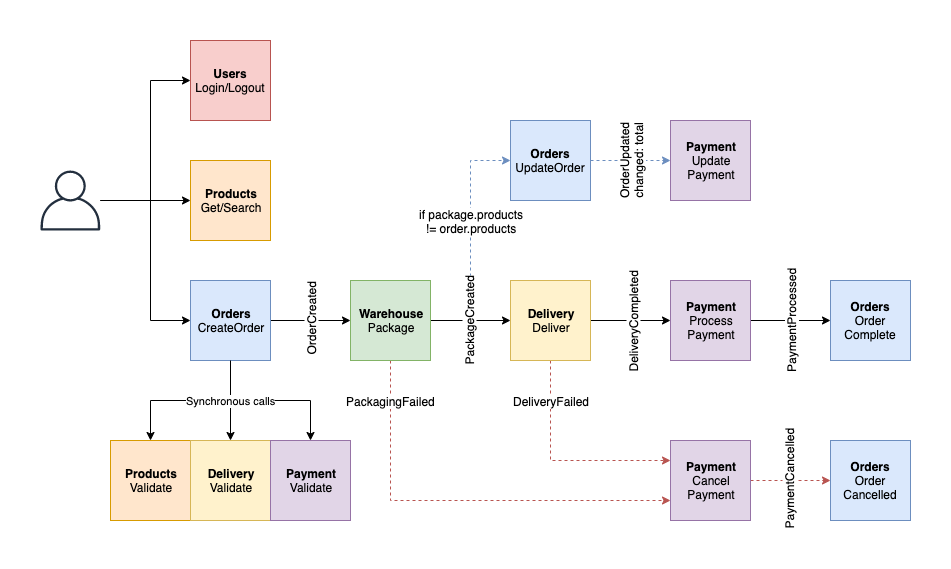
Above: docs/images/flow.png in aws-samples/aws-serverless-ecommerce-platform (draw.io), before the change. Source tidied: cells renumbered, new cells last; positions are measured from the earlier drawing's top-left corner, leaving out a move shared by most shapes. The source it was exported from:
```xml
<mxGraphModel>
  <root>
    <mxCell id="0" />
    <mxCell id="1" parent="0" />
    <mxCell id="2" style="edgeStyle=orthogonalEdgeStyle;rounded=0;jettySize=auto;html=1;entryX=0;entryY=0.5;entryDx=0;entryDy=0;startArrow=none;startFill=0;strokeWidth=1;fillColor=#dae8fc;strokeColor=#6c8ebf;dashed=1;" parent="1" edge="1" source="20" target="38">
      <mxGeometry relative="1" as="geometry" />
    </mxCell>
    <mxCell id="3" value="if package.products&lt;br&gt;!= order.products" style="text;html=1;align=center;verticalAlign=middle;labelBackgroundColor=#ffffff;" parent="2" vertex="1">
      <mxGeometry x="0.19" y="1" relative="1" as="geometry">
        <mxPoint x="1" y="3" as="offset" />
      </mxGeometry>
    </mxCell>
    <mxCell id="4" style="edgeStyle=orthogonalEdgeStyle;rounded=0;jettySize=auto;html=1;startArrow=none;startFill=0;strokeWidth=1;" parent="1" edge="1" source="8" target="20">
      <mxGeometry relative="1" as="geometry" />
    </mxCell>
    <mxCell id="5" value="OrderCreated" style="text;html=1;align=center;verticalAlign=middle;labelBackgroundColor=#ffffff;rotation=-90;" parent="4" vertex="1">
      <mxGeometry y="2" relative="1" as="geometry" />
    </mxCell>
    <mxCell id="6" style="edgeStyle=orthogonalEdgeStyle;rounded=0;jettySize=auto;html=1;startArrow=none;startFill=0;strokeWidth=1;" parent="1" edge="1" source="8" target="13">
      <mxGeometry relative="1" as="geometry" />
    </mxCell>
    <mxCell id="7" style="edgeStyle=orthogonalEdgeStyle;rounded=0;jettySize=auto;html=1;startArrow=none;startFill=0;strokeWidth=1;" parent="1" edge="1" source="8" target="15">
      <mxGeometry relative="1" as="geometry" />
    </mxCell>
    <mxCell id="8" value="&lt;b&gt;Orders&lt;/b&gt;&lt;br&gt;CreateOrder" style="whiteSpace=wrap;html=1;fillColor=#dae8fc;strokeColor=#6c8ebf;" parent="1" vertex="1">
      <mxGeometry x="150" y="240" width="80" height="80" as="geometry" />
    </mxCell>
    <mxCell id="9" style="edgeStyle=orthogonalEdgeStyle;rounded=0;jettySize=auto;html=1;startArrow=none;startFill=0;" parent="1" edge="1" source="12" target="29">
      <mxGeometry relative="1" as="geometry">
        <Array as="points">
          <mxPoint x="90" y="160" />
          <mxPoint x="90" y="160" />
        </Array>
      </mxGeometry>
    </mxCell>
    <mxCell id="10" style="edgeStyle=orthogonalEdgeStyle;rounded=0;jettySize=auto;html=1;startArrow=none;startFill=0;" parent="1" edge="1" source="12" target="8">
      <mxGeometry relative="1" as="geometry">
        <Array as="points">
          <mxPoint x="110" y="160" />
          <mxPoint x="110" y="280" />
        </Array>
      </mxGeometry>
    </mxCell>
    <mxCell id="11" style="edgeStyle=orthogonalEdgeStyle;rounded=0;jettySize=auto;html=1;entryX=0;entryY=0.5;entryDx=0;entryDy=0;startArrow=none;startFill=0;" parent="1" edge="1" source="12" target="30">
      <mxGeometry relative="1" as="geometry">
        <Array as="points">
          <mxPoint x="110" y="160" />
          <mxPoint x="110" y="40" />
        </Array>
      </mxGeometry>
    </mxCell>
    <mxCell id="12" style="outlineConnect=0;fontColor=#232F3E;gradientColor=none;fillColor=#232F3E;strokeColor=none;dashed=0;verticalLabelPosition=bottom;verticalAlign=top;align=center;html=1;fontSize=12;fontStyle=0;shape=mxgraph.aws4.user;" parent="1" vertex="1">
      <mxGeometry y="130" width="60" height="60" as="geometry" />
    </mxCell>
    <mxCell id="13" value="&lt;b&gt;Products&lt;/b&gt;&lt;br&gt;Validate" style="whiteSpace=wrap;html=1;fillColor=#ffe6cc;strokeColor=#d79b00;" parent="1" vertex="1">
      <mxGeometry x="70" y="400" width="80" height="80" as="geometry" />
    </mxCell>
    <mxCell id="14" value="&lt;b&gt;Delivery&lt;/b&gt;&lt;br&gt;Validate" style="whiteSpace=wrap;html=1;fillColor=#fff2cc;strokeColor=#d6b656;" parent="1" vertex="1">
      <mxGeometry x="150" y="400" width="80" height="80" as="geometry" />
    </mxCell>
    <mxCell id="15" value="&lt;b&gt;Payment&lt;/b&gt;&lt;br&gt;Validate" style="whiteSpace=wrap;html=1;fillColor=#e1d5e7;strokeColor=#9673a6;" parent="1" vertex="1">
      <mxGeometry x="230" y="400" width="80" height="80" as="geometry" />
    </mxCell>
    <mxCell id="16" style="edgeStyle=orthogonalEdgeStyle;rounded=0;jettySize=auto;html=1;startArrow=none;startFill=0;strokeWidth=1;" parent="1" edge="1" source="20" target="25">
      <mxGeometry relative="1" as="geometry" />
    </mxCell>
    <mxCell id="17" value="PackageCreated" style="text;html=1;align=center;verticalAlign=middle;labelBackgroundColor=#ffffff;rotation=-90;" parent="16" vertex="1">
      <mxGeometry x="-0.05" y="1" relative="1" as="geometry">
        <mxPoint y="1" as="offset" />
      </mxGeometry>
    </mxCell>
    <mxCell id="18" style="edgeStyle=orthogonalEdgeStyle;rounded=0;jettySize=auto;html=1;startArrow=none;startFill=0;strokeWidth=1;fillColor=#f8cecc;strokeColor=#b85450;dashed=1;" parent="1" edge="1" source="20" target="34">
      <mxGeometry relative="1" as="geometry">
        <Array as="points">
          <mxPoint x="350" y="460" />
        </Array>
      </mxGeometry>
    </mxCell>
    <mxCell id="19" value="PackagingFailed" style="text;html=1;align=center;verticalAlign=middle;labelBackgroundColor=#ffffff;" parent="18" vertex="1">
      <mxGeometry x="-0.8" relative="1" as="geometry">
        <mxPoint y="-3" as="offset" />
      </mxGeometry>
    </mxCell>
    <mxCell id="20" value="&lt;b&gt;Warehouse&lt;/b&gt;&lt;br&gt;Package" style="whiteSpace=wrap;html=1;fillColor=#d5e8d4;strokeColor=#82b366;" parent="1" vertex="1">
      <mxGeometry x="310" y="240" width="80" height="80" as="geometry" />
    </mxCell>
    <mxCell id="21" style="edgeStyle=orthogonalEdgeStyle;rounded=0;jettySize=auto;html=1;startArrow=none;startFill=0;strokeWidth=1;" parent="1" edge="1" source="25" target="28">
      <mxGeometry relative="1" as="geometry" />
    </mxCell>
    <mxCell id="22" value="DeliveryCompleted" style="text;html=1;align=center;verticalAlign=middle;labelBackgroundColor=#ffffff;rotation=270;" parent="21" vertex="1">
      <mxGeometry x="0.05" y="-1" relative="1" as="geometry" />
    </mxCell>
    <mxCell id="23" style="edgeStyle=orthogonalEdgeStyle;rounded=0;jettySize=auto;html=1;startArrow=none;startFill=0;strokeWidth=1;fillColor=#f8cecc;strokeColor=#b85450;dashed=1;" parent="1" edge="1" source="25" target="34">
      <mxGeometry relative="1" as="geometry">
        <Array as="points">
          <mxPoint x="510" y="420" />
        </Array>
      </mxGeometry>
    </mxCell>
    <mxCell id="24" value="DeliveryFailed" style="text;html=1;align=center;verticalAlign=middle;labelBackgroundColor=#ffffff;" parent="23" vertex="1">
      <mxGeometry x="-0.35" relative="1" as="geometry">
        <mxPoint y="-32" as="offset" />
      </mxGeometry>
    </mxCell>
    <mxCell id="25" value="&lt;b&gt;Delivery&lt;/b&gt;&lt;br&gt;Deliver" style="whiteSpace=wrap;html=1;fillColor=#fff2cc;strokeColor=#d6b656;" parent="1" vertex="1">
      <mxGeometry x="470" y="240" width="80" height="80" as="geometry" />
    </mxCell>
    <mxCell id="26" style="edgeStyle=orthogonalEdgeStyle;rounded=0;jettySize=auto;html=1;startArrow=none;startFill=0;strokeWidth=1;" parent="1" edge="1" source="28" target="31">
      <mxGeometry relative="1" as="geometry" />
    </mxCell>
    <mxCell id="27" value="PaymentProcessed" style="text;html=1;align=center;verticalAlign=middle;labelBackgroundColor=#ffffff;rotation=270;" parent="26" vertex="1">
      <mxGeometry x="-0.1" y="-1" relative="1" as="geometry">
        <mxPoint x="4" y="-1" as="offset" />
      </mxGeometry>
    </mxCell>
    <mxCell id="28" value="&lt;b&gt;Payment&lt;/b&gt;&lt;br&gt;Process&lt;br&gt;Payment" style="whiteSpace=wrap;html=1;fillColor=#e1d5e7;strokeColor=#9673a6;" parent="1" vertex="1">
      <mxGeometry x="630" y="240" width="80" height="80" as="geometry" />
    </mxCell>
    <mxCell id="29" value="&lt;b&gt;Products&lt;/b&gt;&lt;br&gt;Get/Search" style="whiteSpace=wrap;html=1;fillColor=#ffe6cc;strokeColor=#d79b00;" parent="1" vertex="1">
      <mxGeometry x="150" y="120" width="80" height="80" as="geometry" />
    </mxCell>
    <mxCell id="30" value="&lt;b&gt;Users&lt;/b&gt;&lt;br&gt;Login/Logout" style="whiteSpace=wrap;html=1;fillColor=#f8cecc;strokeColor=#b85450;" parent="1" vertex="1">
      <mxGeometry x="150" width="80" height="80" as="geometry" />
    </mxCell>
    <mxCell id="31" value="&lt;b&gt;Orders&lt;/b&gt;&lt;br&gt;Order&lt;br&gt;Complete" style="whiteSpace=wrap;html=1;fillColor=#dae8fc;strokeColor=#6c8ebf;" parent="1" vertex="1">
      <mxGeometry x="790" y="240" width="80" height="80" as="geometry" />
    </mxCell>
    <mxCell id="32" style="edgeStyle=orthogonalEdgeStyle;rounded=0;jettySize=auto;html=1;startArrow=none;startFill=0;strokeWidth=1;fillColor=#f8cecc;strokeColor=#b85450;dashed=1;" parent="1" edge="1" source="34" target="35">
      <mxGeometry relative="1" as="geometry" />
    </mxCell>
    <mxCell id="33" value="PaymentCancelled" style="text;html=1;align=center;verticalAlign=middle;points=[];labelBackgroundColor=#ffffff;rotation=-90;" parent="32" vertex="1">
      <mxGeometry x="-0.05" y="2" relative="1" as="geometry" />
    </mxCell>
    <mxCell id="34" value="&lt;b&gt;Payment&lt;/b&gt;&lt;br&gt;Cancel&lt;br&gt;Payment" style="whiteSpace=wrap;html=1;fillColor=#e1d5e7;strokeColor=#9673a6;" parent="1" vertex="1">
      <mxGeometry x="630" y="400" width="80" height="80" as="geometry" />
    </mxCell>
    <mxCell id="35" value="&lt;b&gt;Orders&lt;/b&gt;&lt;br&gt;Order&lt;br&gt;Cancelled" style="whiteSpace=wrap;html=1;fillColor=#dae8fc;strokeColor=#6c8ebf;" parent="1" vertex="1">
      <mxGeometry x="790" y="400" width="80" height="80" as="geometry" />
    </mxCell>
    <mxCell id="36" value="Synchronous calls" style="edgeStyle=orthogonalEdgeStyle;rounded=0;jettySize=auto;html=1;startArrow=none;startFill=0;strokeWidth=1;" parent="1" edge="1" source="8" target="14">
      <mxGeometry relative="1" as="geometry" />
    </mxCell>
    <mxCell id="37" style="edgeStyle=orthogonalEdgeStyle;rounded=0;jettySize=auto;html=1;startArrow=none;startFill=0;strokeWidth=1;fillColor=#dae8fc;strokeColor=#6c8ebf;dashed=1;" parent="1" edge="1" source="38" target="39">
      <mxGeometry relative="1" as="geometry" />
    </mxCell>
    <mxCell id="38" value="&lt;b&gt;Orders&lt;/b&gt;&lt;br&gt;UpdateOrder" style="whiteSpace=wrap;html=1;fillColor=#dae8fc;strokeColor=#6c8ebf;" parent="1" vertex="1">
      <mxGeometry x="470" y="80" width="80" height="80" as="geometry" />
    </mxCell>
    <mxCell id="39" value="&lt;b&gt;Payment&lt;/b&gt;&lt;br&gt;Update&lt;br&gt;Payment" style="whiteSpace=wrap;html=1;fillColor=#e1d5e7;strokeColor=#9673a6;" parent="1" vertex="1">
      <mxGeometry x="630" y="80" width="80" height="80" as="geometry" />
    </mxCell>
    <mxCell id="40" value="OrderUpdated&lt;br&gt;changed: total" style="text;html=1;align=center;verticalAlign=middle;labelBackgroundColor=#ffffff;rotation=270;" parent="1" vertex="1">
      <mxGeometry x="590" y="120" as="geometry" />
    </mxCell>
  </root>
</mxGraphModel>
```
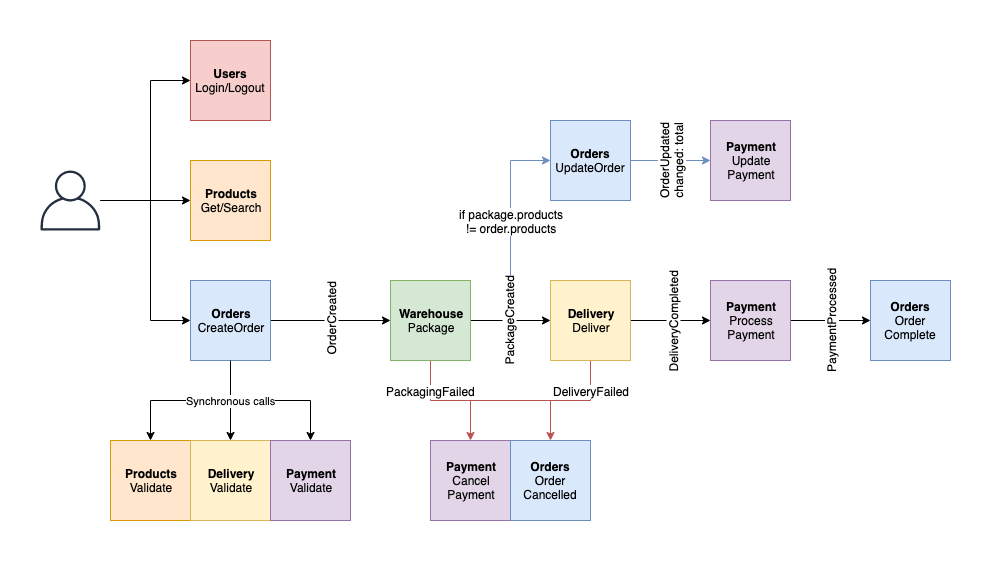
Above is the later version.

Commit message:
docs: update flow diagram

Change to the diagram source:
```diff
@@ -2,7 +2,7 @@
   <root>
     <mxCell id="0" />
     <mxCell id="1" parent="0" />
-    <mxCell id="2" style="edgeStyle=orthogonalEdgeStyle;rounded=0;jettySize=auto;html=1;entryX=0;entryY=0.5;entryDx=0;entryDy=0;startArrow=none;startFill=0;strokeWidth=1;fillColor=#dae8fc;strokeColor=#6c8ebf;dashed=1;" parent="1" edge="1" source="20" target="38">
+    <mxCell id="2" style="edgeStyle=orthogonalEdgeStyle;rounded=0;jettySize=auto;html=1;entryX=0;entryY=0.5;entryDx=0;entryDy=0;startArrow=none;startFill=0;strokeWidth=1;fillColor=#dae8fc;strokeColor=#6c8ebf;" parent="1" edge="1" source="20" target="36">
       <mxGeometry relative="1" as="geometry" />
     </mxCell>
     <mxCell id="3" value="if package.products&lt;br&gt;!= order.products" style="text;html=1;align=center;verticalAlign=middle;labelBackgroundColor=#ffffff;" parent="2" vertex="1">
@@ -69,20 +69,21 @@
         <mxPoint y="1" as="offset" />
       </mxGeometry>
     </mxCell>
-    <mxCell id="18" style="edgeStyle=orthogonalEdgeStyle;rounded=0;jettySize=auto;html=1;startArrow=none;startFill=0;strokeWidth=1;fillColor=#f8cecc;strokeColor=#b85450;dashed=1;" parent="1" edge="1" source="20" target="34">
+    <mxCell id="18" style="edgeStyle=orthogonalEdgeStyle;rounded=0;jettySize=auto;html=1;fillColor=#f8cecc;strokeColor=#b85450;exitX=0.5;exitY=1;exitDx=0;exitDy=0;entryX=0.5;entryY=0;entryDx=0;entryDy=0;" parent="1" edge="1" source="20" target="33">
       <mxGeometry relative="1" as="geometry">
         <Array as="points">
-          <mxPoint x="350" y="460" />
+          <mxPoint x="390" y="360" />
+          <mxPoint x="510" y="360" />
         </Array>
       </mxGeometry>
     </mxCell>
-    <mxCell id="19" value="PackagingFailed" style="text;html=1;align=center;verticalAlign=middle;labelBackgroundColor=#ffffff;" parent="18" vertex="1">
-      <mxGeometry x="-0.8" relative="1" as="geometry">
-        <mxPoint y="-3" as="offset" />
+    <mxCell id="19" value="&lt;font style=&quot;font-size: 12px&quot;&gt;PackagingFailed&lt;/font&gt;" style="text;html=1;align=center;verticalAlign=middle;labelBackgroundColor=#ffffff;" parent="18" vertex="1">
+      <mxGeometry x="-0.69" y="2" relative="1" as="geometry">
+        <mxPoint x="-2" y="-1" as="offset" />
       </mxGeometry>
     </mxCell>
     <mxCell id="20" value="&lt;b&gt;Warehouse&lt;/b&gt;&lt;br&gt;Package" style="whiteSpace=wrap;html=1;fillColor=#d5e8d4;strokeColor=#82b366;" parent="1" vertex="1">
-      <mxGeometry x="310" y="240" width="80" height="80" as="geometry" />
+      <mxGeometry x="350" y="240" width="80" height="80" as="geometry" />
     </mxCell>
     <mxCell id="21" style="edgeStyle=orthogonalEdgeStyle;rounded=0;jettySize=auto;html=1;startArrow=none;startFill=0;strokeWidth=1;" parent="1" edge="1" source="25" target="28">
       <mxGeometry relative="1" as="geometry" />
@@ -90,20 +91,21 @@
     <mxCell id="22" value="DeliveryCompleted" style="text;html=1;align=center;verticalAlign=middle;labelBackgroundColor=#ffffff;rotation=270;" parent="21" vertex="1">
       <mxGeometry x="0.05" y="-1" relative="1" as="geometry" />
     </mxCell>
-    <mxCell id="23" style="edgeStyle=orthogonalEdgeStyle;rounded=0;jettySize=auto;html=1;startArrow=none;startFill=0;strokeWidth=1;fillColor=#f8cecc;strokeColor=#b85450;dashed=1;" parent="1" edge="1" source="25" target="34">
+    <mxCell id="23" style="edgeStyle=orthogonalEdgeStyle;rounded=0;jettySize=auto;html=1;startArrow=none;startFill=0;strokeWidth=1;fillColor=#f8cecc;strokeColor=#b85450;exitX=0.5;exitY=1;exitDx=0;exitDy=0;" parent="1" edge="1" source="25" target="32">
       <mxGeometry relative="1" as="geometry">
         <Array as="points">
-          <mxPoint x="510" y="420" />
+          <mxPoint x="550" y="360" />
+          <mxPoint x="430" y="360" />
         </Array>
       </mxGeometry>
     </mxCell>
     <mxCell id="24" value="DeliveryFailed" style="text;html=1;align=center;verticalAlign=middle;labelBackgroundColor=#ffffff;" parent="23" vertex="1">
       <mxGeometry x="-0.35" relative="1" as="geometry">
-        <mxPoint y="-32" as="offset" />
+        <mxPoint x="25" y="-10" as="offset" />
       </mxGeometry>
     </mxCell>
     <mxCell id="25" value="&lt;b&gt;Delivery&lt;/b&gt;&lt;br&gt;Deliver" style="whiteSpace=wrap;html=1;fillColor=#fff2cc;strokeColor=#d6b656;" parent="1" vertex="1">
-      <mxGeometry x="470" y="240" width="80" height="80" as="geometry" />
+      <mxGeometry x="510" y="240" width="80" height="80" as="geometry" />
     </mxCell>
     <mxCell id="26" style="edgeStyle=orthogonalEdgeStyle;rounded=0;jettySize=auto;html=1;startArrow=none;startFill=0;strokeWidth=1;" parent="1" edge="1" source="28" target="31">
       <mxGeometry relative="1" as="geometry" />
@@ -114,7 +116,7 @@
       </mxGeometry>
     </mxCell>
     <mxCell id="28" value="&lt;b&gt;Payment&lt;/b&gt;&lt;br&gt;Process&lt;br&gt;Payment" style="whiteSpace=wrap;html=1;fillColor=#e1d5e7;strokeColor=#9673a6;" parent="1" vertex="1">
-      <mxGeometry x="630" y="240" width="80" height="80" as="geometry" />
+      <mxGeometry x="670" y="240" width="80" height="80" as="geometry" />
     </mxCell>
     <mxCell id="29" value="&lt;b&gt;Products&lt;/b&gt;&lt;br&gt;Get/Search" style="whiteSpace=wrap;html=1;fillColor=#ffe6cc;strokeColor=#d79b00;" parent="1" vertex="1">
       <mxGeometry x="150" y="120" width="80" height="80" as="geometry" />
@@ -123,34 +125,28 @@
       <mxGeometry x="150" width="80" height="80" as="geometry" />
     </mxCell>
     <mxCell id="31" value="&lt;b&gt;Orders&lt;/b&gt;&lt;br&gt;Order&lt;br&gt;Complete" style="whiteSpace=wrap;html=1;fillColor=#dae8fc;strokeColor=#6c8ebf;" parent="1" vertex="1">
-      <mxGeometry x="790" y="240" width="80" height="80" as="geometry" />
+      <mxGeometry x="830" y="240" width="80" height="80" as="geometry" />
     </mxCell>
-    <mxCell id="32" style="edgeStyle=orthogonalEdgeStyle;rounded=0;jettySize=auto;html=1;startArrow=none;startFill=0;strokeWidth=1;fillColor=#f8cecc;strokeColor=#b85450;dashed=1;" parent="1" edge="1" source="34" target="35">
-      <mxGeometry relative="1" as="geometry" />
+    <mxCell id="32" value="&lt;b&gt;Payment&lt;/b&gt;&lt;br&gt;Cancel&lt;br&gt;Payment" style="whiteSpace=wrap;html=1;fillColor=#e1d5e7;strokeColor=#9673a6;" parent="1" vertex="1">
+      <mxGeometry x="390" y="400" width="80" height="80" as="geometry" />
     </mxCell>
-    <mxCell id="33" value="PaymentCancelled" style="text;html=1;align=center;verticalAlign=middle;points=[];labelBackgroundColor=#ffffff;rotation=-90;" parent="32" vertex="1">
-      <mxGeometry x="-0.05" y="2" relative="1" as="geometry" />
+    <mxCell id="33" value="&lt;b&gt;Orders&lt;/b&gt;&lt;br&gt;Order&lt;br&gt;Cancelled" style="whiteSpace=wrap;html=1;fillColor=#dae8fc;strokeColor=#6c8ebf;" parent="1" vertex="1">
+      <mxGeometry x="470" y="400" width="80" height="80" as="geometry" />
     </mxCell>
-    <mxCell id="34" value="&lt;b&gt;Payment&lt;/b&gt;&lt;br&gt;Cancel&lt;br&gt;Payment" style="whiteSpace=wrap;html=1;fillColor=#e1d5e7;strokeColor=#9673a6;" parent="1" vertex="1">
-      <mxGeometry x="630" y="400" width="80" height="80" as="geometry" />
+    <mxCell id="34" value="Synchronous calls" style="edgeStyle=orthogonalEdgeStyle;rounded=0;jettySize=auto;html=1;startArrow=none;startFill=0;strokeWidth=1;" parent="1" edge="1" source="8" target="14">
+      <mxGeometry relative="1" as="geometry" />
     </mxCell>
-    <mxCell id="35" value="&lt;b&gt;Orders&lt;/b&gt;&lt;br&gt;Order&lt;br&gt;Cancelled" style="whiteSpace=wrap;html=1;fillColor=#dae8fc;strokeColor=#6c8ebf;" parent="1" vertex="1">
-      <mxGeometry x="790" y="400" width="80" height="80" as="geometry" />
+    <mxCell id="35" style="edgeStyle=orthogonalEdgeStyle;rounded=0;jettySize=auto;html=1;startArrow=none;startFill=0;strokeWidth=1;fillColor=#dae8fc;strokeColor=#6c8ebf;" parent="1" edge="1" source="36" target="37">
+      <mxGeometry relative="1" as="geometry" />
     </mxCell>
-    <mxCell id="36" value="Synchronous calls" style="edgeStyle=orthogonalEdgeStyle;rounded=0;jettySize=auto;html=1;startArrow=none;startFill=0;strokeWidth=1;" parent="1" edge="1" source="8" target="14">
-      <mxGeometry relative="1" as="geometry" />
+    <mxCell id="36" value="&lt;b&gt;Orders&lt;/b&gt;&lt;br&gt;UpdateOrder" style="whiteSpace=wrap;html=1;fillColor=#dae8fc;strokeColor=#6c8ebf;" parent="1" vertex="1">
+      <mxGeometry x="510" y="80" width="80" height="80" as="geometry" />
     </mxCell>
-    <mxCell id="37" style="edgeStyle=orthogonalEdgeStyle;rounded=0;jettySize=auto;html=1;startArrow=none;startFill=0;strokeWidth=1;fillColor=#dae8fc;strokeColor=#6c8ebf;dashed=1;" parent="1" edge="1" source="38" target="39">
-      <mxGeometry relative="1" as="geometry" />
+    <mxCell id="37" value="&lt;b&gt;Payment&lt;/b&gt;&lt;br&gt;Update&lt;br&gt;Payment" style="whiteSpace=wrap;html=1;fillColor=#e1d5e7;strokeColor=#9673a6;" parent="1" vertex="1">
+      <mxGeometry x="670" y="80" width="80" height="80" as="geometry" />
     </mxCell>
-    <mxCell id="38" value="&lt;b&gt;Orders&lt;/b&gt;&lt;br&gt;UpdateOrder" style="whiteSpace=wrap;html=1;fillColor=#dae8fc;strokeColor=#6c8ebf;" parent="1" vertex="1">
-      <mxGeometry x="470" y="80" width="80" height="80" as="geometry" />
+    <mxCell id="38" value="OrderUpdated&lt;br&gt;changed: total" style="text;html=1;align=center;verticalAlign=middle;points=[];labelBackgroundColor=#ffffff;rotation=270;" parent="1" vertex="1">
+      <mxGeometry x="630" y="120" as="geometry" />
     </mxCell>
-    <mxCell id="39" value="&lt;b&gt;Payment&lt;/b&gt;&lt;br&gt;Update&lt;br&gt;Payment" style="whiteSpace=wrap;html=1;fillColor=#e1d5e7;strokeColor=#9673a6;" parent="1" vertex="1">
-      <mxGeometry x="630" y="80" width="80" height="80" as="geometry" />
-    </mxCell>
-    <mxCell id="40" value="OrderUpdated&lt;br&gt;changed: total" style="text;html=1;align=center;verticalAlign=middle;labelBackgroundColor=#ffffff;rotation=270;" parent="1" vertex="1">
-      <mxGeometry x="590" y="120" as="geometry" />
-    </mxCell>
   </root>
 </mxGraphModel>
```
